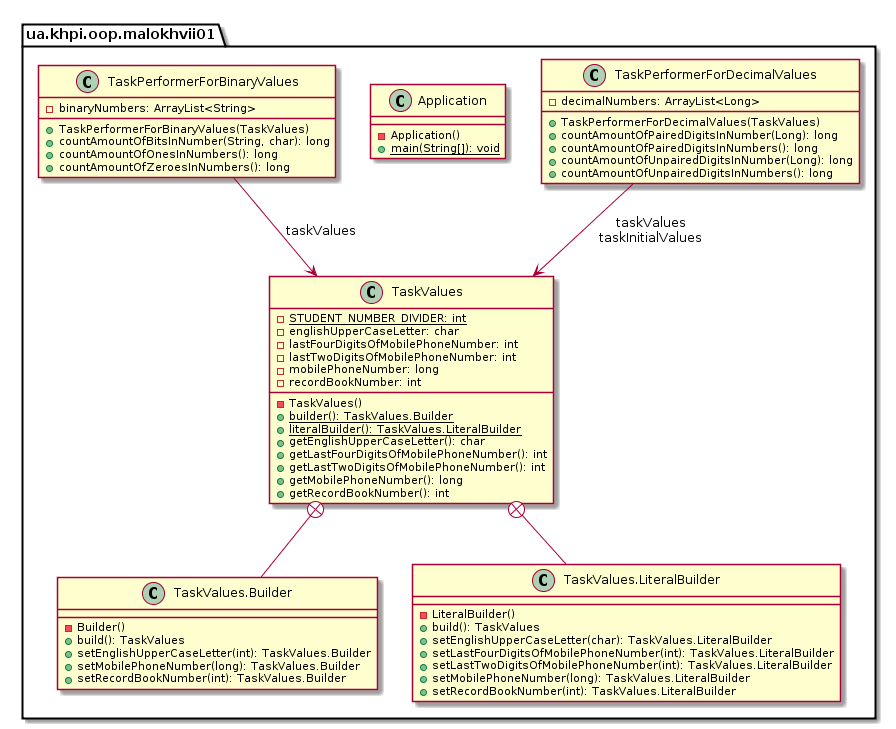
This is malokhvii-eduard/malokhvii01/doc/plantuml/png/ua.khpi.oop.malokhvii01.package.png from P-Kalin/kit26a, a PlantUML export, as it was before one commit.
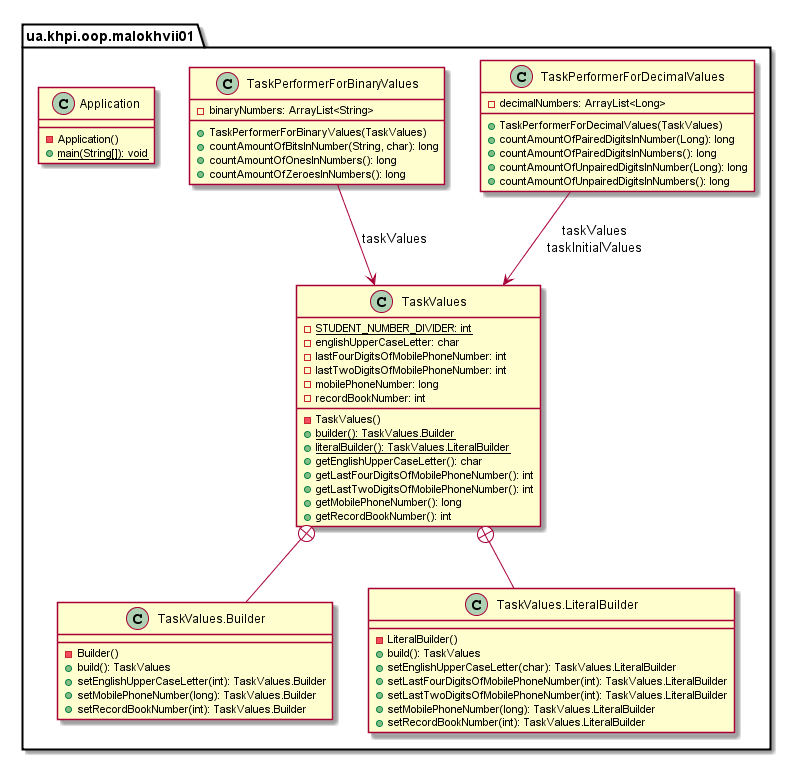
After the commit.

Change to the diagram source:
```diff
@@ -1,28 +1,6 @@
 @startuml
 
     namespace ua.khpi.oop.malokhvii01 {
-
-        class TaskPerformerForDecimalValues {
-            -decimalNumbers: ArrayList<Long>
-            +TaskPerformerForDecimalValues(TaskValues)
-            +countAmountOfPairedDigitsInNumber(Long): long
-            +countAmountOfPairedDigitsInNumbers(): long
-            +countAmountOfUnpairedDigitsInNumber(Long): long
-            +countAmountOfUnpairedDigitsInNumbers(): long
-        }
-
-        class Application {
-            -Application()
-            {static} +main(String[]): void
-        }
-
-        class TaskPerformerForBinaryValues {
-            -binaryNumbers: ArrayList<String>
-            +TaskPerformerForBinaryValues(TaskValues)
-            +countAmountOfBitsInNumber(String, char): long
-            +countAmountOfOnesInNumbers(): long
-            +countAmountOfZeroesInNumbers(): long
-        }
 
         class TaskValues {
             {static} -STUDENT_NUMBER_DIVIDER: int
@@ -59,6 +37,28 @@
             +setRecordBookNumber(int): TaskValues.LiteralBuilder
         }
 
+        class TaskPerformerForDecimalValues {
+            -decimalNumbers: ArrayList<Long>
+            +TaskPerformerForDecimalValues(TaskValues)
+            +countAmountOfPairedDigitsInNumber(Long): long
+            +countAmountOfPairedDigitsInNumbers(): long
+            +countAmountOfUnpairedDigitsInNumber(Long): long
+            +countAmountOfUnpairedDigitsInNumbers(): long
+        }
+
+        class TaskPerformerForBinaryValues {
+            -binaryNumbers: ArrayList<String>
+            +TaskPerformerForBinaryValues(TaskValues)
+            +countAmountOfBitsInNumber(String, char): long
+            +countAmountOfOnesInNumbers(): long
+            +countAmountOfZeroesInNumbers(): long
+        }
+
+        class Application {
+            -Application()
+            {static} +main(String[]): void
+        }
+
         TaskValues +-- ua.khpi.oop.malokhvii01.TaskValues.Builder
 
         TaskValues +-- ua.khpi.oop.malokhvii01.TaskValues.LiteralBuilder
```
